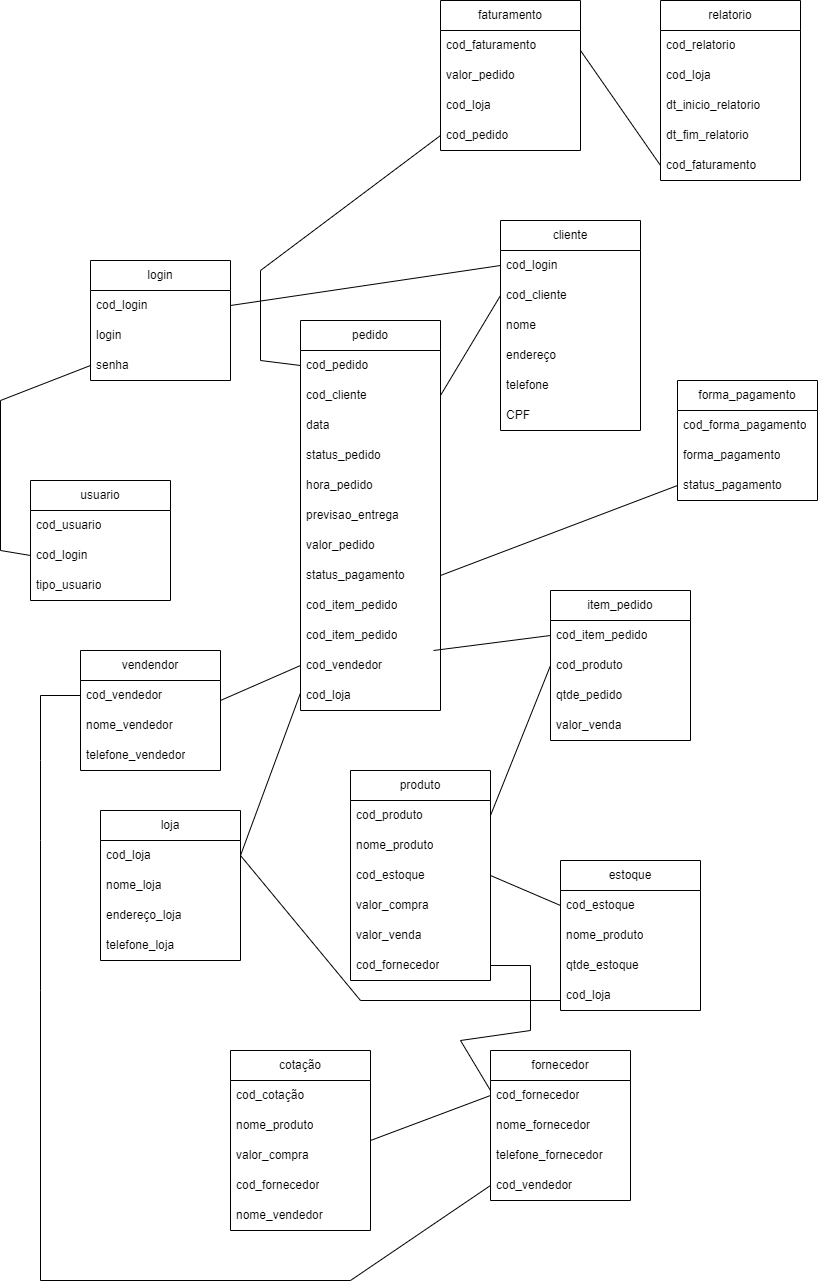
Earlier version of the draw.io export ze_delivery.png (upthiago/banco_de_dados). Source tidied: cells renumbered, new cells last; positions are measured from the earlier drawing's top-left corner, leaving out a move shared by most shapes.
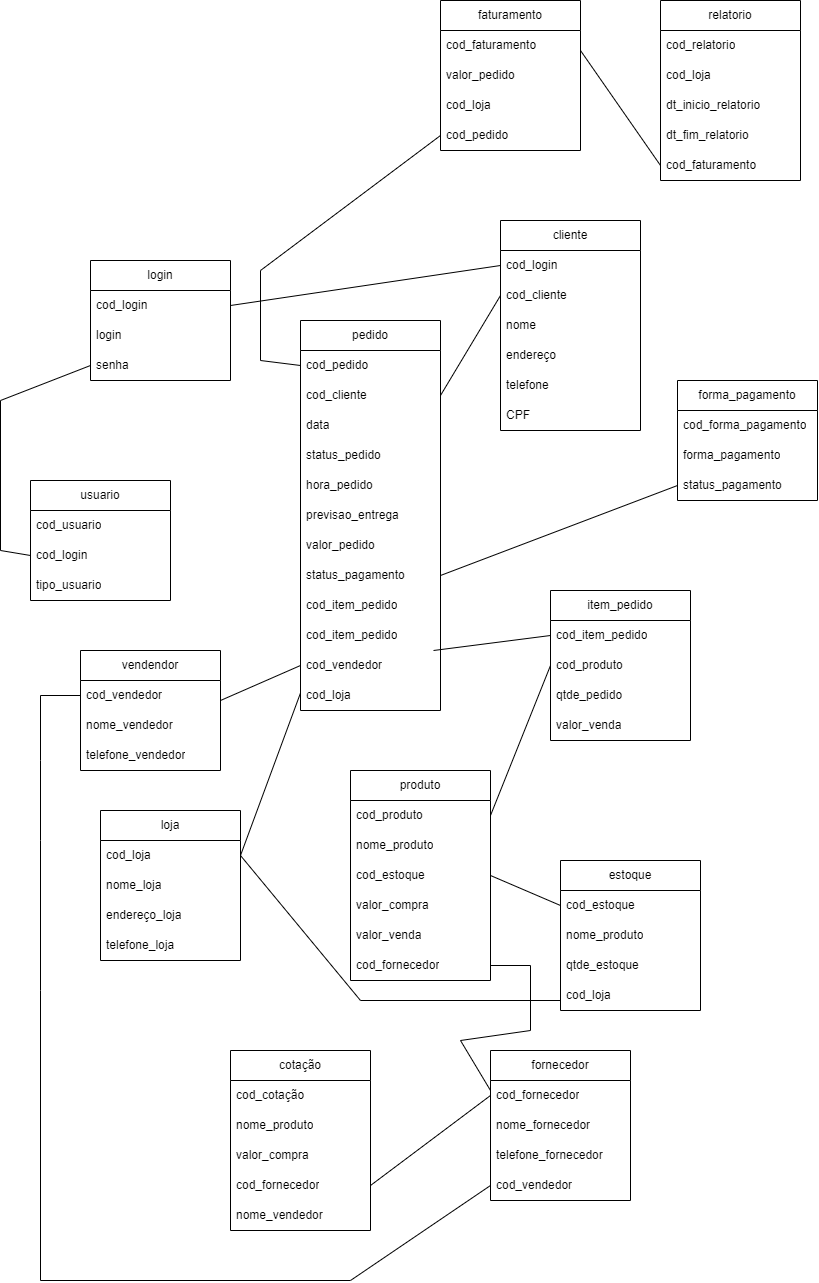
After the change.

Change to the diagram source:
```diff
@@ -294,10 +294,8 @@
     <mxCell id="91" value="nome_vendedor" style="text;strokeColor=none;fillColor=none;align=left;verticalAlign=middle;spacingLeft=4;spacingRight=4;overflow=hidden;whiteSpace=wrap;html=1;" parent="85" vertex="1">
       <mxGeometry y="150" width="140" height="30" as="geometry" />
     </mxCell>
-    <mxCell id="92" style="endArrow=none;html=1;rounded=0;entryX=0;entryY=0.5;entryDx=0;entryDy=0;exitX=1;exitY=0.5;exitDx=0;exitDy=0;" parent="1" edge="1" target="39">
-      <mxGeometry relative="1" as="geometry">
-        <mxPoint x="370" y="1140" as="sourcePoint" />
-      </mxGeometry>
+    <mxCell id="92" style="endArrow=none;html=1;rounded=0;entryX=0;entryY=0.5;entryDx=0;entryDy=0;exitX=1;exitY=0.5;exitDx=0;exitDy=0;" parent="1" edge="1" source="90" target="39">
+      <mxGeometry relative="1" as="geometry" />
     </mxCell>
     <mxCell id="93" style="endArrow=none;html=1;rounded=0;entryX=0;entryY=0.5;entryDx=0;entryDy=0;exitX=1;exitY=0.5;exitDx=0;exitDy=0;" parent="1" edge="1" source="61">
       <mxGeometry relative="1" as="geometry">
```
